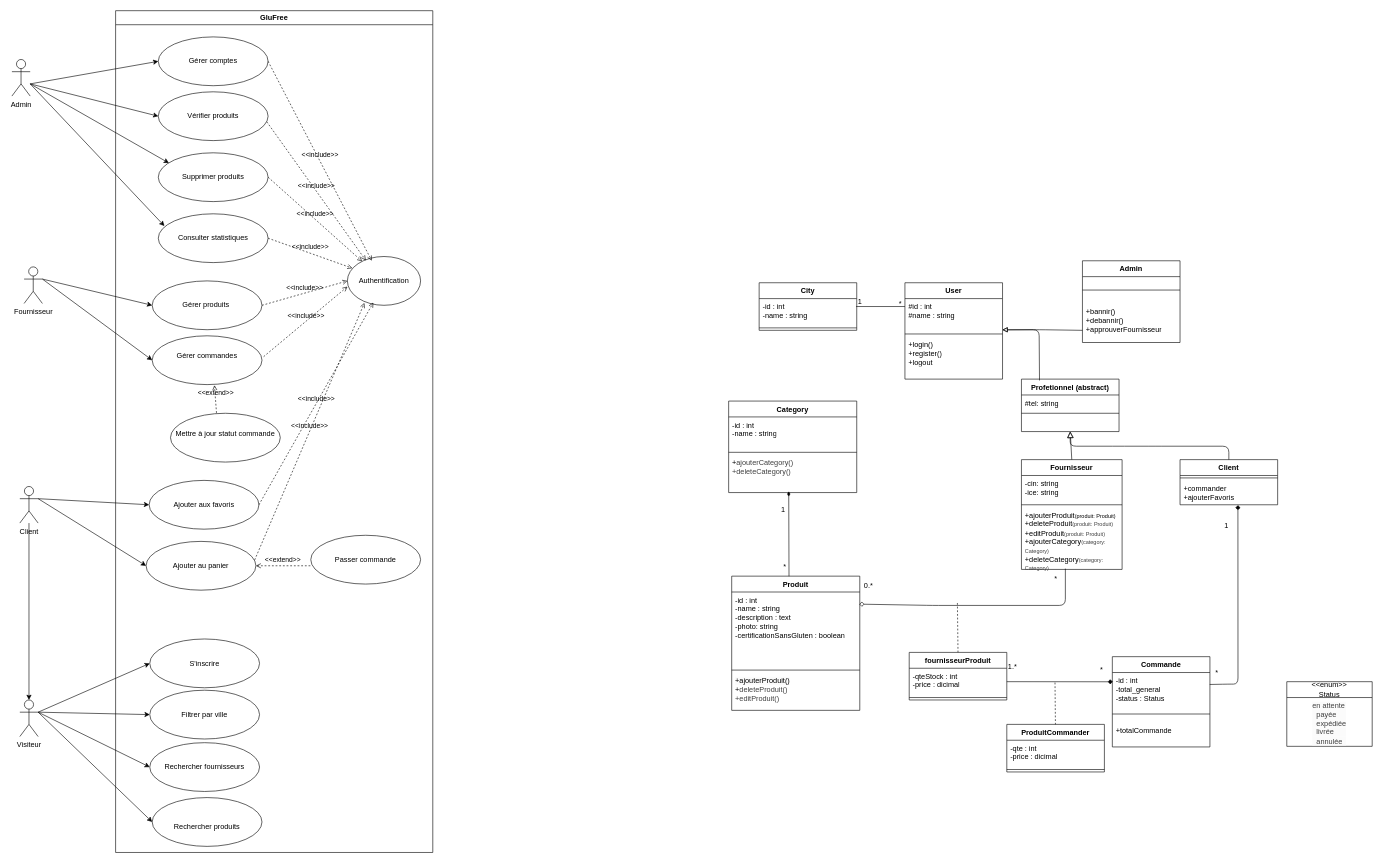
Above: uml.drawio in safaacht/GluFree (draw.io), before the change. Source tidied: cells renumbered, new cells numbered last; positions are measured from the earlier drawing's top-left corner, leaving out a move shared by most shapes. Both pictures are drawn from the tidied source at 61%, with x=0, y=0 at pixel (12, 10).
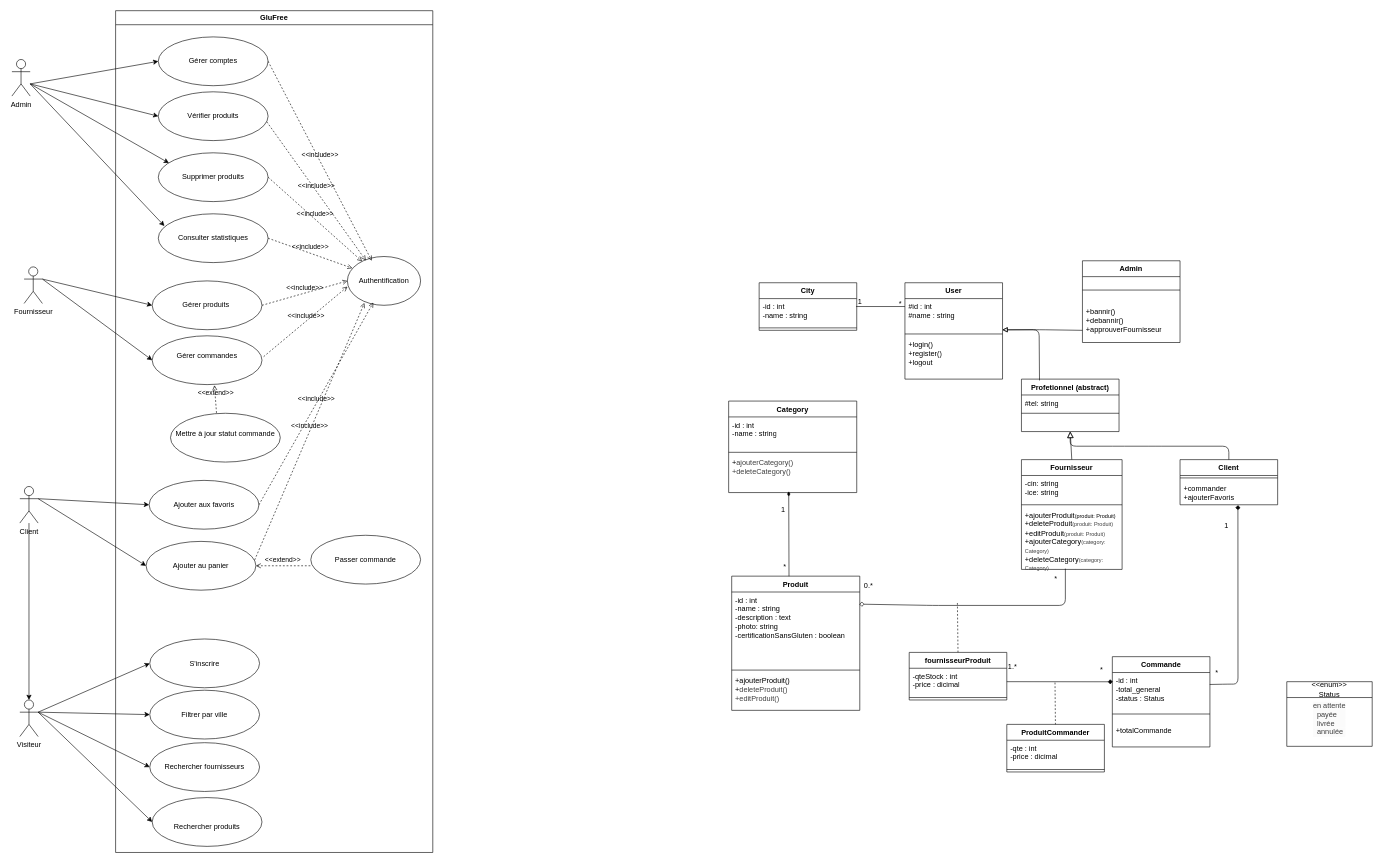
The same page after the edit.

Commit message:
Update UML diagram to include detailed status descriptions

Unchanged cells that the change refers to:
```xml
<mxCell id="106" value="&amp;lt;&amp;lt;enum&amp;gt;&amp;gt;&lt;div&gt;Status&lt;/div&gt;" style="swimlane;fontStyle=0;horizontal=1;startSize=26;fillColor=none;whiteSpace=wrap;html=1;" parent="1" vertex="1">
  <mxGeometry x="2090" y="1100" width="140" height="106" as="geometry" />
</mxCell>
```

Change to the diagram source:
```diff
@@
-    <mxCell id="107" value="&lt;div style=&quot;forced-color-adjust: none; color: rgb(63, 63, 63); scrollbar-color: rgb(226, 226, 226) rgb(251, 251, 251); font-family: Helvetica; font-size: 12px; font-style: normal; font-variant-ligatures: normal; font-variant-caps: normal; font-weight: 400; letter-spacing: normal; orphans: 2; text-align: left; text-indent: 0px; text-transform: none; widows: 2; word-spacing: 0px; -webkit-text-stroke-width: 0px; white-space: normal; background-color: rgb(251, 251, 251); text-decoration-thickness: initial; text-decoration-style: initial; text-decoration-color: initial;&quot;&gt;&lt;font style=&quot;forced-color-adjust: none; color: rgb(63, 63, 63); scrollbar-color: rgb(226, 226, 226) rgb(251, 251, 251);&quot; color=&quot;#000000&quot;&gt;en attente&lt;/font&gt;&lt;/div&gt;&lt;div style=&quot;forced-color-adjust: none; color: rgb(63, 63, 63); scrollbar-color: rgb(226, 226, 226) rgb(251, 251, 251); font-family: Helvetica; font-size: 12px; font-style: normal; font-variant-ligatures: normal; font-variant-caps: normal; font-weight: 400; letter-spacing: normal; orphans: 2; text-align: left; text-indent: 0px; text-transform: none; widows: 2; word-spacing: 0px; -webkit-text-stroke-width: 0px; white-space: normal; background-color: rgb(251, 251, 251); text-decoration-thickness: initial; text-decoration-style: initial; text-decoration-color: initial;&quot;&gt;&lt;font style=&quot;forced-color-adjust: none; color: rgb(63, 63, 63); scrollbar-color: rgb(226, 226, 226) rgb(251, 251, 251);&quot; color=&quot;#000000&quot;&gt;&amp;nbsp; payée&lt;/font&gt;&lt;/div&gt;&lt;div style=&quot;forced-color-adjust: none; color: rgb(63, 63, 63); scrollbar-color: rgb(226, 226, 226) rgb(251, 251, 251); font-family: Helvetica; font-size: 12px; font-style: normal; font-variant-ligatures: normal; font-variant-caps: normal; font-weight: 400; letter-spacing: normal; orphans: 2; text-align: left; text-indent: 0px; text-transform: none; widows: 2; word-spacing: 0px; -webkit-text-stroke-width: 0px; white-space: normal; background-color: rgb(251, 251, 251); text-decoration-thickness: initial; text-decoration-style: initial; text-decoration-color: initial;&quot;&gt;&lt;font style=&quot;forced-color-adjust: none; color: rgb(63, 63, 63); scrollbar-color: rgb(226, 226, 226) rgb(251, 251, 251);&quot; color=&quot;#000000&quot;&gt;&amp;nbsp; expédiée&lt;/font&gt;&lt;/div&gt;&lt;div style=&quot;forced-color-adjust: none; color: rgb(63, 63, 63); scrollbar-color: rgb(226, 226, 226) rgb(251, 251, 251); font-family: Helvetica; font-size: 12px; font-style: normal; font-variant-ligatures: normal; font-variant-caps: normal; font-weight: 400; letter-spacing: normal; orphans: 2; text-align: left; text-indent: 0px; text-transform: none; widows: 2; word-spacing: 0px; -webkit-text-stroke-width: 0px; white-space: normal; background-color: rgb(251, 251, 251); text-decoration-thickness: initial; text-decoration-style: initial; text-decoration-color: initial;&quot;&gt;&lt;font style=&quot;forced-color-adjust: none; color: rgb(63, 63, 63); scrollbar-color: rgb(226, 226, 226) rgb(251, 251, 251);&quot; color=&quot;#000000&quot;&gt;&amp;nbsp; livrée&lt;/font&gt;&lt;/div&gt;&lt;div style=&quot;forced-color-adjust: none; color: rgb(63, 63, 63); scrollbar-color: rgb(226, 226, 226) rgb(251, 251, 251); font-family: Helvetica; font-size: 12px; font-style: normal; font-variant-ligatures: normal; font-variant-caps: normal; font-weight: 400; letter-spacing: normal; orphans: 2; text-align: left; text-indent: 0px; text-transform: none; widows: 2; word-spacing: 0px; -webkit-text-stroke-width: 0px; white-space: normal; background-color: rgb(251, 251, 251); text-decoration-thickness: initial; text-decoration-style: initial; text-decoration-color: initial;&quot;&gt;&lt;font style=&quot;forced-color-adjust: none; color: rgb(63, 63, 63); scrollbar-color: rgb(226, 226, 226) rgb(251, 251, 251);&quot; color=&quot;#000000&quot;&gt;&amp;nbsp; annulée&lt;/font&gt;&lt;/div&gt;&lt;div&gt;&lt;br/&gt;&lt;/div&gt;" style="text;strokeColor=none;fillColor=none;align=center;verticalAlign=top;spacingLeft=4;spacingRight=4;overflow=hidden;whiteSpace=wrap;html=1;" parent="106" vertex="1">
+    <mxCell id="107" value="&lt;div style=&quot;forced-color-adjust: none; color: rgb(63, 63, 63); scrollbar-color: rgb(226, 226, 226) rgb(251, 251, 251); font-family: Helvetica; font-size: 12px; font-style: normal; font-variant-ligatures: normal; font-variant-caps: normal; font-weight: 400; letter-spacing: normal; orphans: 2; text-align: left; text-indent: 0px; text-transform: none; widows: 2; word-spacing: 0px; -webkit-text-stroke-width: 0px; white-space: normal; background-color: rgb(251, 251, 251); text-decoration-thickness: initial; text-decoration-style: initial; text-decoration-color: initial;&quot;&gt;&lt;font style=&quot;forced-color-adjust: none; color: rgb(63, 63, 63); scrollbar-color: rgb(226, 226, 226) rgb(251, 251, 251);&quot; color=&quot;#000000&quot;&gt;en attente&lt;/font&gt;&lt;/div&gt;&lt;div style=&quot;forced-color-adjust: none; color: rgb(63, 63, 63); scrollbar-color: rgb(226, 226, 226) rgb(251, 251, 251); font-family: Helvetica; font-size: 12px; font-style: normal; font-variant-ligatures: normal; font-variant-caps: normal; font-weight: 400; letter-spacing: normal; orphans: 2; text-align: left; text-indent: 0px; text-transform: none; widows: 2; word-spacing: 0px; -webkit-text-stroke-width: 0px; white-space: normal; background-color: rgb(251, 251, 251); text-decoration-thickness: initial; text-decoration-style: initial; text-decoration-color: initial;&quot;&gt;&lt;font style=&quot;forced-color-adjust: none; color: rgb(63, 63, 63); scrollbar-color: rgb(226, 226, 226) rgb(251, 251, 251);&quot; color=&quot;#000000&quot;&gt;&amp;nbsp; payée&lt;/font&gt;&lt;/div&gt;&lt;div style=&quot;forced-color-adjust: none; color: rgb(63, 63, 63); scrollbar-color: rgb(226, 226, 226) rgb(251, 251, 251); font-family: Helvetica; font-size: 12px; font-style: normal; font-variant-ligatures: normal; font-variant-caps: normal; font-weight: 400; letter-spacing: normal; orphans: 2; text-align: left; text-indent: 0px; text-transform: none; widows: 2; word-spacing: 0px; -webkit-text-stroke-width: 0px; white-space: normal; background-color: rgb(251, 251, 251); text-decoration-thickness: initial; text-decoration-style: initial; text-decoration-color: initial;&quot;&gt;&lt;font style=&quot;forced-color-adjust: none; color: rgb(63, 63, 63); scrollbar-color: rgb(226, 226, 226) rgb(251, 251, 251);&quot; color=&quot;#000000&quot;&gt;&amp;nbsp; livrée&lt;/font&gt;&lt;/div&gt;&lt;div style=&quot;forced-color-adjust: none; color: rgb(63, 63, 63); scrollbar-color: rgb(226, 226, 226) rgb(251, 251, 251); font-family: Helvetica; font-size: 12px; font-style: normal; font-variant-ligatures: normal; font-variant-caps: normal; font-weight: 400; letter-spacing: normal; orphans: 2; text-align: left; text-indent: 0px; text-transform: none; widows: 2; word-spacing: 0px; -webkit-text-stroke-width: 0px; white-space: normal; background-color: rgb(251, 251, 251); text-decoration-thickness: initial; text-decoration-style: initial; text-decoration-color: initial;&quot;&gt;&lt;font style=&quot;forced-color-adjust: none; color: rgb(63, 63, 63); scrollbar-color: rgb(226, 226, 226) rgb(251, 251, 251);&quot; color=&quot;#000000&quot;&gt;&amp;nbsp; annulée&lt;/font&gt;&lt;/div&gt;&lt;div&gt;&lt;br&gt;&lt;/div&gt;" style="text;strokeColor=none;fillColor=none;align=center;verticalAlign=top;spacingLeft=4;spacingRight=4;overflow=hidden;whiteSpace=wrap;html=1;" parent="106" vertex="1">
       <mxGeometry y="26" width="140" height="80" as="geometry" />
     </mxCell>
```
